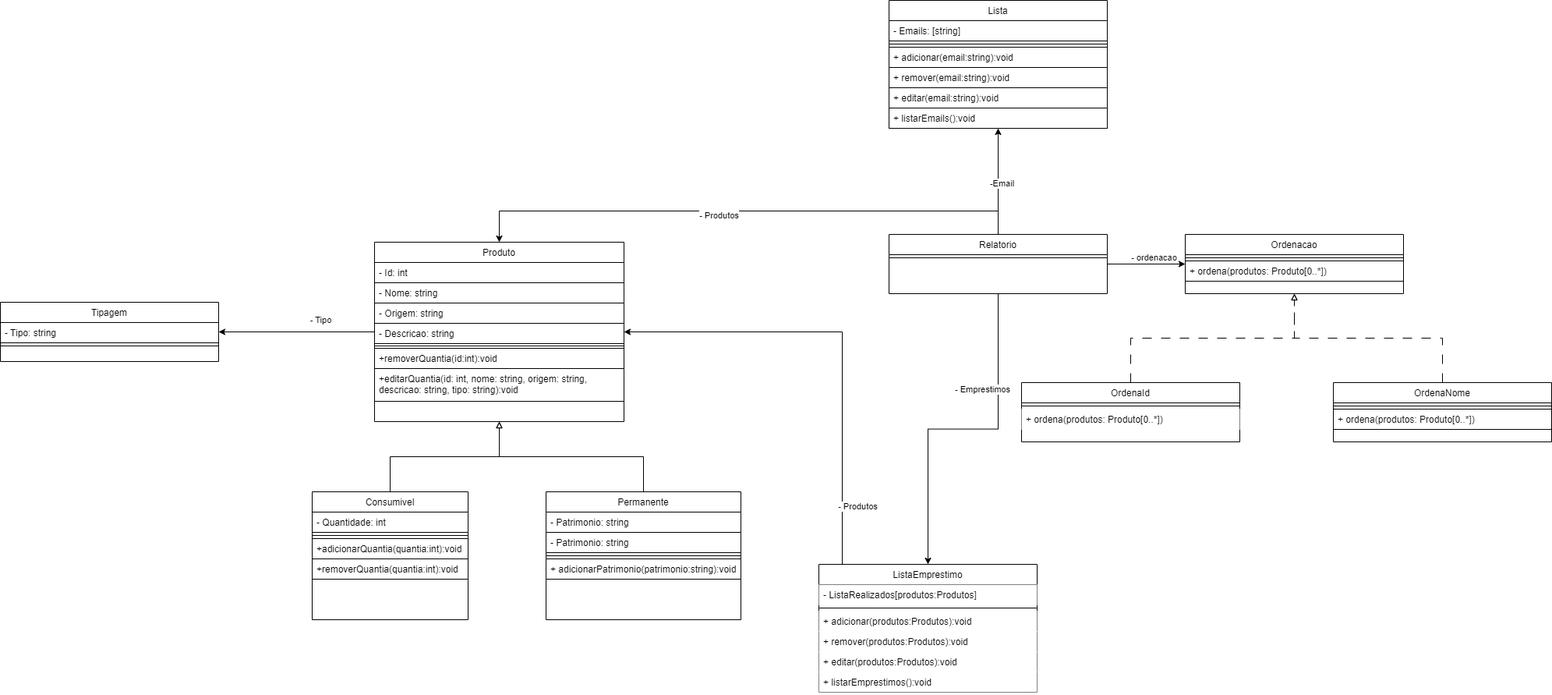
Above: documents/diagrams/Diagrama de classe Estagio.drawio.png in Estagio-IFSP/Estoque-CTI (draw.io), before the change. Source tidied: cells renumbered, new cells last; positions are measured from the earlier drawing's top-left corner, leaving out a move shared by most shapes.
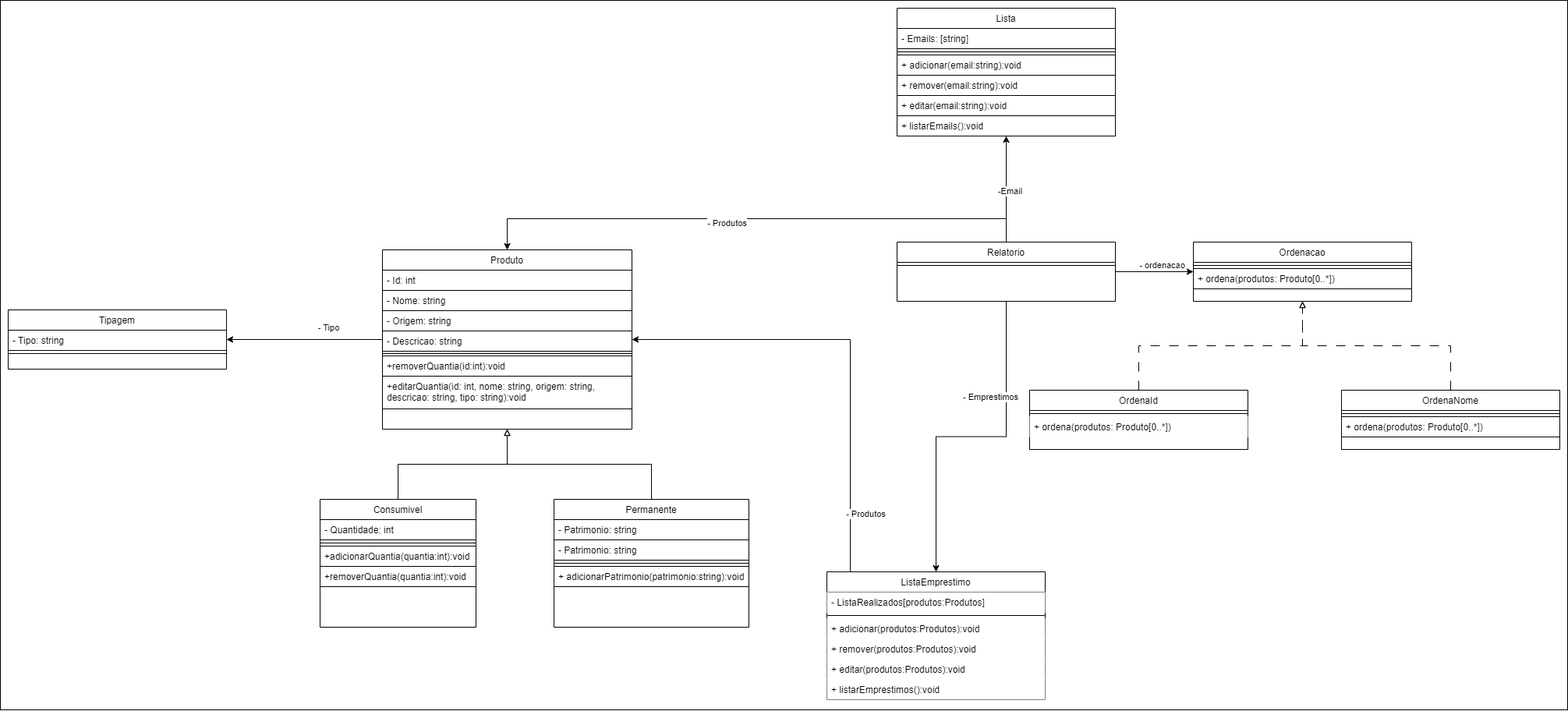
After the change.

The edit, as a diff of the source:
```diff
@@ -2,6 +2,9 @@
   <root>
     <mxCell id="0" />
     <mxCell id="1" parent="0" />
+    <mxCell id="60" style="rounded=0;whiteSpace=wrap;html=1;" parent="1" vertex="1">
+      <mxGeometry x="-10" y="-10" width="2010" height="910" as="geometry" />
+    </mxCell>
     <mxCell id="2" value="- Tipo" style="edgeStyle=orthogonalEdgeStyle;rounded=0;jettySize=auto;html=1;" parent="1" edge="1" source="3" target="49">
       <mxGeometry x="-0.3" y="-15" relative="1" as="geometry">
         <mxPoint x="1" as="offset" />
```
